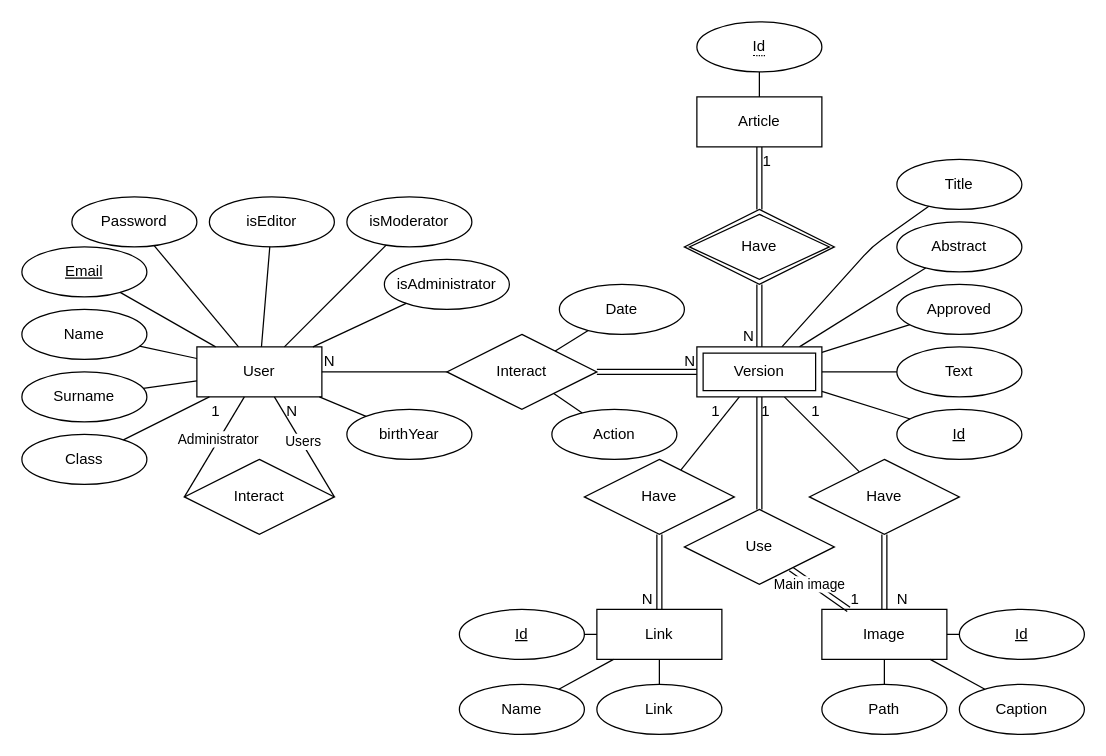
This is docs/ER/wikistudenti_er.drawio from LucaAvveduto/5C_WikiStudenti_Avveduto_Barani_Brambilla_Cecire, a draw.io file, before an edit. Source tidied: cells renumbered, new cells numbered last; positions are measured from the earlier drawing's top-left corner, leaving out a move shared by most shapes. Both pictures are drawn from the tidied source at 125%, with x=0, y=0 at pixel (21, 21).
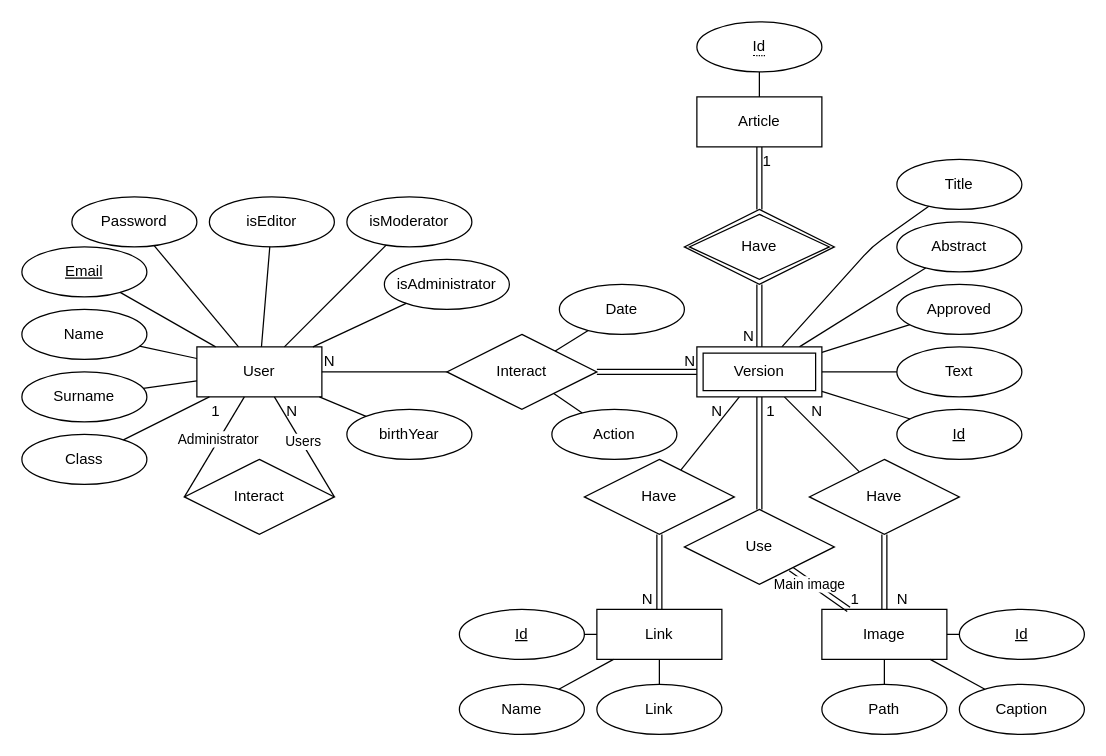
Above is the later version.

Unchanged cells that the change refers to:
```xml
<mxCell id="36" style="endArrow=none;html=1;rounded=0;" parent="1" edge="1" source="83" target="38">
  <mxGeometry relative="1" as="geometry" />
</mxCell>
<mxCell id="41" style="endArrow=none;html=1;rounded=0;" parent="1" edge="1" source="83" target="43">
  <mxGeometry relative="1" as="geometry" />
</mxCell>
<mxCell id="70" style="endArrow=none;html=1;rounded=0;shape=link;" parent="1" edge="1" source="83" target="72">
  <mxGeometry relative="1" as="geometry" />
</mxCell>
```

Diff of the diagram source:
```diff
@@
-    <mxCell id="37" value="1" style="html=1;whiteSpace=wrap;align=left;verticalAlign=bottom;" parent="36" vertex="1">
+    <mxCell id="37" value="N" style="html=1;whiteSpace=wrap;align=left;verticalAlign=bottom;" parent="36" vertex="1">
       <mxGeometry x="-1" relative="1" as="geometry">
         <mxPoint x="-24" y="20" as="offset" />
       </mxGeometry>
     </mxCell>
@@
-    <mxCell id="42" value="1" style="html=1;whiteSpace=wrap;align=left;verticalAlign=bottom;" parent="41" vertex="1">
+    <mxCell id="42" value="N" style="html=1;whiteSpace=wrap;align=left;verticalAlign=bottom;" parent="41" vertex="1">
       <mxGeometry x="-1" relative="1" as="geometry">
         <mxPoint x="20" y="20" as="offset" />
       </mxGeometry>
     </mxCell>
@@
     <mxCell id="71" value="1" style="html=1;whiteSpace=wrap;align=left;verticalAlign=bottom;" parent="70" vertex="1">
       <mxGeometry x="-1" relative="1" as="geometry">
-        <mxPoint y="20" as="offset" />
+        <mxPoint x="4" y="20" as="offset" />
       </mxGeometry>
     </mxCell>
```
